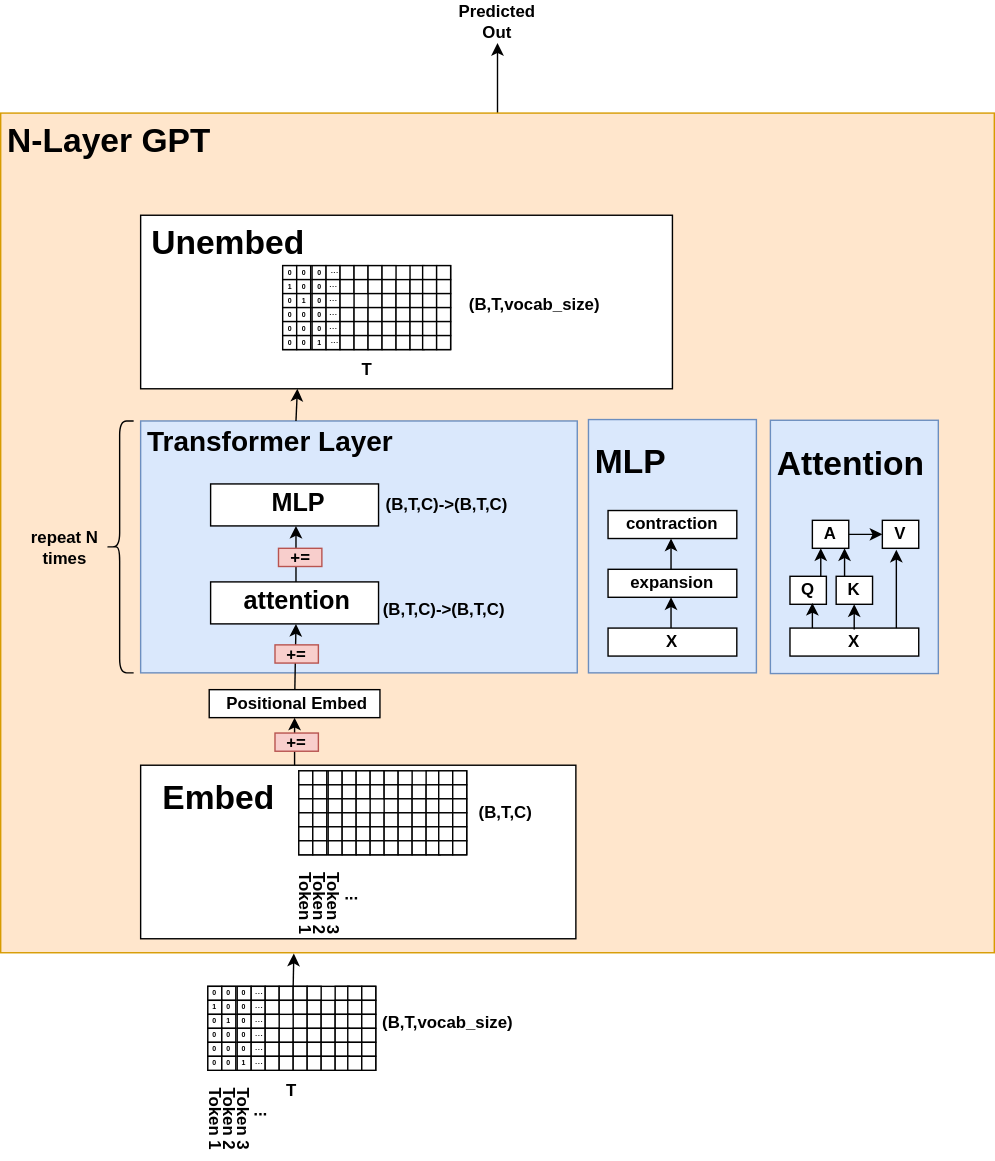
The draw.io diagram public/posts/vqgan/gpt.svg in devs-atlas/atlas, before a commit. Source tidied: cells renumbered, new cells last; positions are measured from the earlier drawing's top-left corner, leaving out a move shared by most shapes.
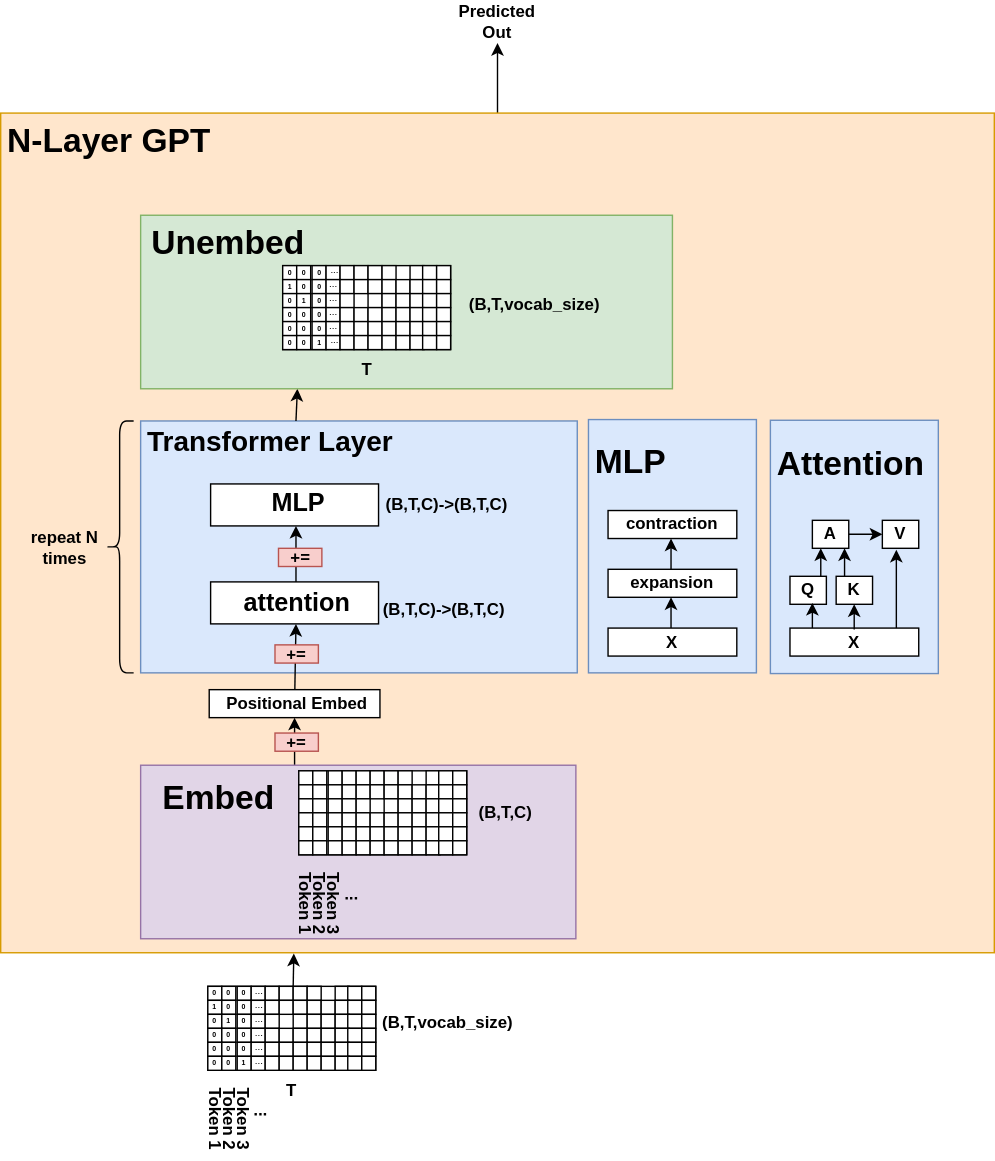
After the commit.

The edit, as a diff of the source:
```diff
@@ -165,7 +165,7 @@
     <mxCell id="45" value="&lt;b&gt;V&lt;/b&gt;" style="rounded=0;whiteSpace=wrap;html=1;" parent="1" vertex="1">
       <mxGeometry x="630" y="371" width="26" height="20" as="geometry" />
     </mxCell>
-    <mxCell id="46" style="rounded=0;whiteSpace=wrap;html=1;" parent="1" vertex="1">
+    <mxCell id="46" style="rounded=0;whiteSpace=wrap;html=1;fillColor=#d5e8d4;strokeColor=#82b366;" parent="1" vertex="1">
       <mxGeometry x="100" y="153" width="380" height="124" as="geometry" />
     </mxCell>
     <mxCell id="47" style="endArrow=classic;html=1;rounded=0;" parent="1" edge="1">
@@ -477,7 +477,7 @@
     <mxCell id="148" style="group;" parent="1" vertex="1">
       <mxGeometry x="100" y="546" width="378" height="268" as="geometry" />
     </mxCell>
-    <mxCell id="149" style="rounded=0;whiteSpace=wrap;html=1;" parent="148" vertex="1">
+    <mxCell id="149" style="rounded=0;whiteSpace=wrap;html=1;fillColor=#e1d5e7;strokeColor=#9673a6;" parent="148" vertex="1">
       <mxGeometry width="311" height="124" as="geometry" />
     </mxCell>
     <mxCell id="150" style="rounded=0;whiteSpace=wrap;html=1;" parent="148" vertex="1">
```
